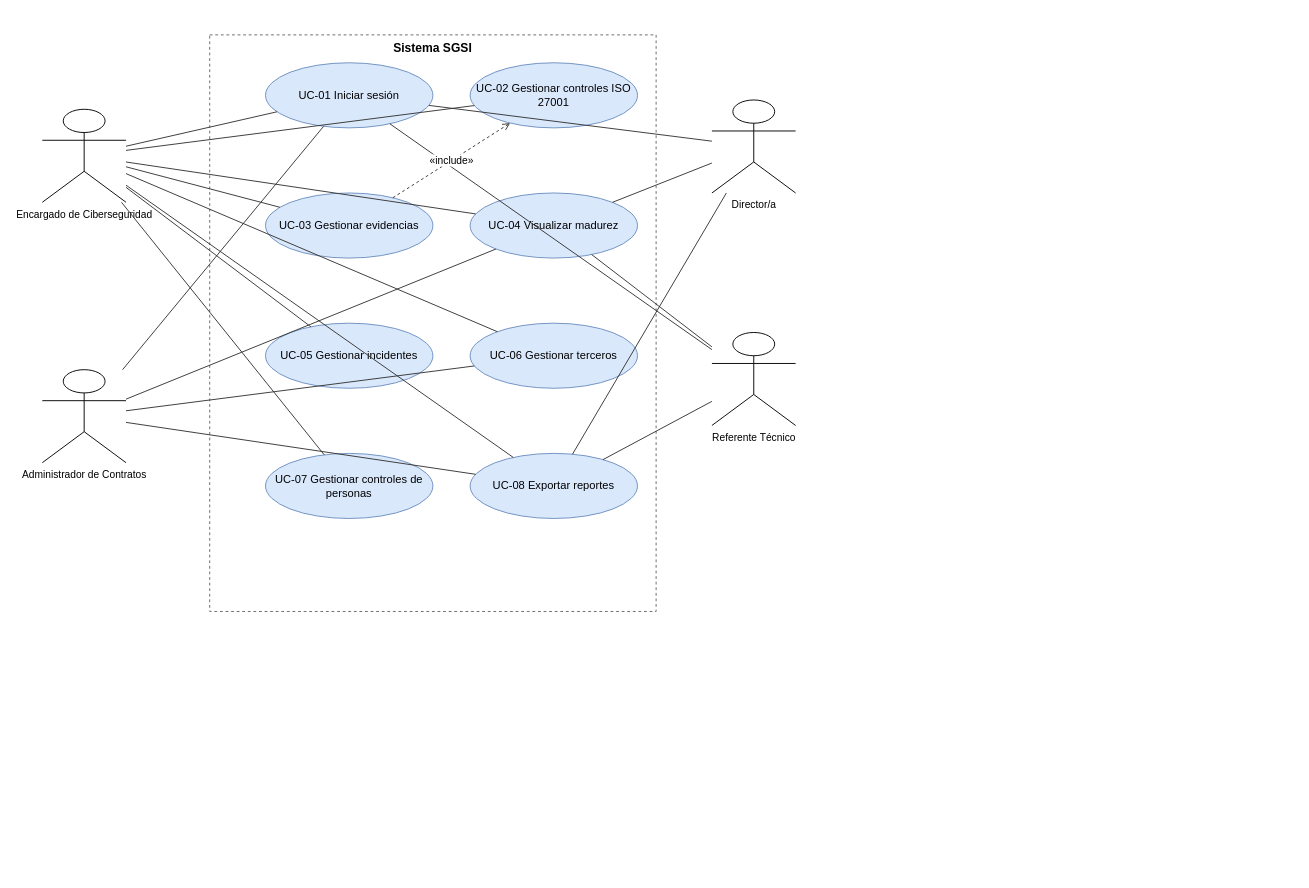
The draw.io diagram Documentacion/Entregas/U2-Desarrollo_e_Implementacion/04_uml/04a_uml_casos_de_uso.drawio in pbahamondez-inacap/proyectotitulo-inacap-Pbahamondez, before the edit. Source tidied: cells renumbered, new cells numbered last; positions are measured from the earlier drawing's top-left corner, leaving out a move shared by most shapes. Both pictures are drawn from the tidied source at 93%, with x=0, y=0 at pixel (42, 34).
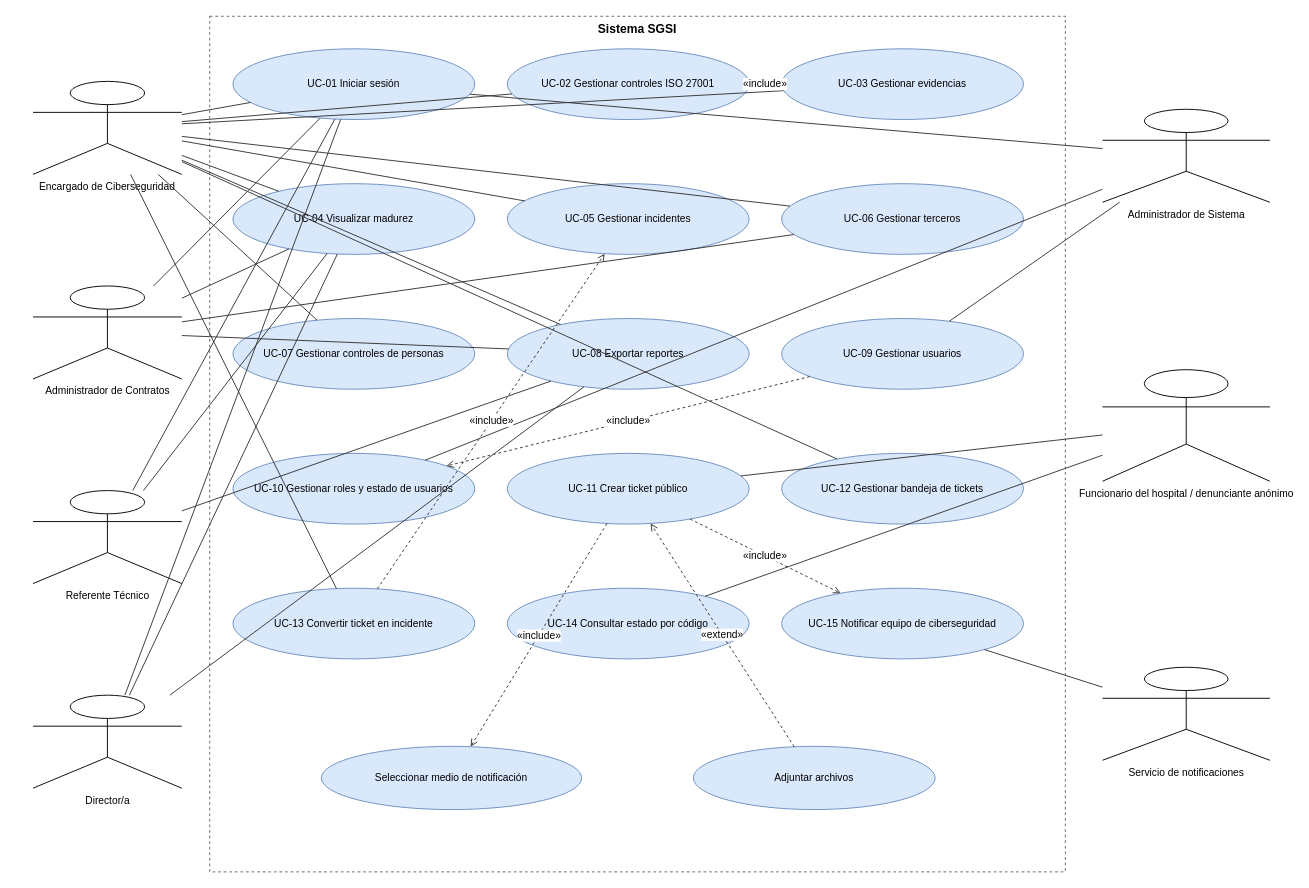
The same diagram, later.

Change to the diagram source:
```diff
@@
-    <mxCell id="2" value="Encargado de Ciberseguridad" style="shape=umlActor;verticalLabelPosition=bottom;verticalAlign=top;html=1;outlineConnect=0;fontSize=11;" parent="1" vertex="1">
-      <mxGeometry y="80" width="90" height="100" as="geometry" />
+    <mxCell id="2" value="Encargado de Ciberseguridad" style="shape=umlActor;whiteSpace=wrap;verticalLabelPosition=bottom;verticalAlign=top;html=1;outlineConnect=0;fontSize=11;" parent="1" vertex="1">
+      <mxGeometry x="-10" y="50" width="160" height="100" as="geometry" />
     </mxCell>
     <mxCell id="3" value="Administrador de Contratos" style="shape=umlActor;verticalLabelPosition=bottom;verticalAlign=top;html=1;outlineConnect=0;fontSize=11;" parent="1" vertex="1">
-      <mxGeometry y="360" width="90" height="100" as="geometry" />
+      <mxGeometry x="-10" y="270" width="160" height="100" as="geometry" />
     </mxCell>
     <mxCell id="4" value="Referente Técnico" style="shape=umlActor;verticalLabelPosition=bottom;verticalAlign=top;html=1;outlineConnect=0;fontSize=11;" parent="1" vertex="1">
-      <mxGeometry x="720" y="320" width="90" height="100" as="geometry" />
+      <mxGeometry x="-10" y="490" width="160" height="100" as="geometry" />
     </mxCell>
     <mxCell id="5" value="Director/a" style="shape=umlActor;verticalLabelPosition=bottom;verticalAlign=top;html=1;outlineConnect=0;fontSize=11;" parent="1" vertex="1">
-      <mxGeometry x="720" y="70" width="90" height="100" as="geometry" />
+      <mxGeometry x="-10" y="710" width="160" height="100" as="geometry" />
     </mxCell>
+    <mxCell id="34" value="Administrador de Sistema" style="shape=umlActor;verticalLabelPosition=bottom;verticalAlign=top;html=1;outlineConnect=0;fontSize=11;" parent="1" vertex="1">
+      <mxGeometry x="1140" y="80" width="180" height="100" as="geometry" />
+    </mxCell>
+    <mxCell id="35" value="Funcionario del hospital / denunciante anónimo" style="shape=umlActor;verticalLabelPosition=bottom;verticalAlign=top;html=1;outlineConnect=0;fontSize=11;" parent="1" vertex="1">
+      <mxGeometry x="1140" y="360" width="180" height="120" as="geometry" />
+    </mxCell>
+    <mxCell id="36" value="Servicio de notificaciones" style="shape=umlActor;verticalLabelPosition=bottom;verticalAlign=top;html=1;outlineConnect=0;fontSize=11;" parent="1" vertex="1">
+      <mxGeometry x="1140" y="680" width="180" height="100" as="geometry" />
+    </mxCell>
     <mxCell id="6" value="Sistema SGSI" style="rounded=0;whiteSpace=wrap;html=1;dashed=1;fillColor=none;strokeColor=#666666;fontStyle=1;verticalAlign=top;fontSize=13;" parent="1" vertex="1">
-      <mxGeometry x="180" width="480" height="620" as="geometry" />
+      <mxGeometry x="180" y="-20" width="920" height="920" as="geometry" />
     </mxCell>
-    <mxCell id="7" value="UC-01 Iniciar sesión" style="ellipse;whiteSpace=wrap;html=1;fillColor=#dae8fc;strokeColor=#6c8ebf;fontSize=12;" parent="6" vertex="1">
-      <mxGeometry x="60" y="30" width="180" height="70" as="geometry" />
+    <mxCell id="7" value="UC-01 Iniciar sesión" style="ellipse;whiteSpace=wrap;html=1;fillColor=#dae8fc;strokeColor=#6c8ebf;fontSize=11;" parent="6" vertex="1">
+      <mxGeometry x="25" y="35" width="260" height="76" as="geometry" />
     </mxCell>
-    <mxCell id="8" value="UC-02 Gestionar controles ISO 27001" style="ellipse;whiteSpace=wrap;html=1;fillColor=#dae8fc;strokeColor=#6c8ebf;fontSize=12;" parent="6" vertex="1">
-      <mxGeometry x="280" y="30" width="180" height="70" as="geometry" />
+    <mxCell id="8" value="UC-02 Gestionar controles ISO 27001" style="ellipse;whiteSpace=wrap;html=1;fillColor=#dae8fc;strokeColor=#6c8ebf;fontSize=11;" parent="6" vertex="1">
+      <mxGeometry x="320" y="35" width="260" height="76" as="geometry" />
     </mxCell>
-    <mxCell id="9" value="UC-03 Gestionar evidencias" style="ellipse;whiteSpace=wrap;html=1;fillColor=#dae8fc;strokeColor=#6c8ebf;fontSize=12;" parent="6" vertex="1">
-      <mxGeometry x="60" y="170" width="180" height="70" as="geometry" />
+    <mxCell id="9" value="UC-03 Gestionar evidencias" style="ellipse;whiteSpace=wrap;html=1;fillColor=#dae8fc;strokeColor=#6c8ebf;fontSize=11;" parent="6" vertex="1">
+      <mxGeometry x="615" y="35" width="260" height="76" as="geometry" />
     </mxCell>
-    <mxCell id="10" value="UC-04 Visualizar madurez" style="ellipse;whiteSpace=wrap;html=1;fillColor=#dae8fc;strokeColor=#6c8ebf;fontSize=12;" parent="6" vertex="1">
-      <mxGeometry x="280" y="170" width="180" height="70" as="geometry" />
+    <mxCell id="10" value="UC-04 Visualizar madurez" style="ellipse;whiteSpace=wrap;html=1;fillColor=#dae8fc;strokeColor=#6c8ebf;fontSize=11;" parent="6" vertex="1">
+      <mxGeometry x="25" y="180" width="260" height="76" as="geometry" />
     </mxCell>
-    <mxCell id="11" value="UC-05 Gestionar incidentes" style="ellipse;whiteSpace=wrap;html=1;fillColor=#dae8fc;strokeColor=#6c8ebf;fontSize=12;" parent="6" vertex="1">
-      <mxGeometry x="60" y="310" width="180" height="70" as="geometry" />
+    <mxCell id="11" value="UC-05 Gestionar incidentes" style="ellipse;whiteSpace=wrap;html=1;fillColor=#dae8fc;strokeColor=#6c8ebf;fontSize=11;" parent="6" vertex="1">
+      <mxGeometry x="320" y="180" width="260" height="76" as="geometry" />
     </mxCell>
-    <mxCell id="12" value="UC-06 Gestionar terceros" style="ellipse;whiteSpace=wrap;html=1;fillColor=#dae8fc;strokeColor=#6c8ebf;fontSize=12;" parent="6" vertex="1">
-      <mxGeometry x="280" y="310" width="180" height="70" as="geometry" />
+    <mxCell id="12" value="UC-06 Gestionar terceros" style="ellipse;whiteSpace=wrap;html=1;fillColor=#dae8fc;strokeColor=#6c8ebf;fontSize=11;" parent="6" vertex="1">
+      <mxGeometry x="615" y="180" width="260" height="76" as="geometry" />
     </mxCell>
-    <mxCell id="13" value="UC-07 Gestionar controles de personas" style="ellipse;whiteSpace=wrap;html=1;fillColor=#dae8fc;strokeColor=#6c8ebf;fontSize=12;" parent="6" vertex="1">
-      <mxGeometry x="60" y="450" width="180" height="70" as="geometry" />
+    <mxCell id="13" value="UC-07 Gestionar controles de personas" style="ellipse;whiteSpace=wrap;html=1;fillColor=#dae8fc;strokeColor=#6c8ebf;fontSize=11;" parent="6" vertex="1">
+      <mxGeometry x="25" y="325" width="260" height="76" as="geometry" />
     </mxCell>
-    <mxCell id="14" value="UC-08 Exportar reportes" style="ellipse;whiteSpace=wrap;html=1;fillColor=#dae8fc;strokeColor=#6c8ebf;fontSize=12;" parent="6" vertex="1">
-      <mxGeometry x="280" y="450" width="180" height="70" as="geometry" />
+    <mxCell id="14" value="UC-08 Exportar reportes" style="ellipse;whiteSpace=wrap;html=1;fillColor=#dae8fc;strokeColor=#6c8ebf;fontSize=11;" parent="6" vertex="1">
+      <mxGeometry x="320" y="325" width="260" height="76" as="geometry" />
     </mxCell>
+    <mxCell id="37" value="UC-09 Gestionar usuarios" style="ellipse;whiteSpace=wrap;html=1;fillColor=#dae8fc;strokeColor=#6c8ebf;fontSize=11;" parent="6" vertex="1">
+      <mxGeometry x="615" y="325" width="260" height="76" as="geometry" />
+    </mxCell>
+    <mxCell id="38" value="UC-10 Gestionar roles y estado de usuarios" style="ellipse;whiteSpace=wrap;html=1;fillColor=#dae8fc;strokeColor=#6c8ebf;fontSize=11;" parent="6" vertex="1">
+      <mxGeometry x="25" y="470" width="260" height="76" as="geometry" />
+    </mxCell>
+    <mxCell id="39" value="UC-11 Crear ticket público" style="ellipse;whiteSpace=wrap;html=1;fillColor=#dae8fc;strokeColor=#6c8ebf;fontSize=11;" parent="6" vertex="1">
+      <mxGeometry x="320" y="470" width="260" height="76" as="geometry" />
+    </mxCell>
+    <mxCell id="40" value="UC-12 Gestionar bandeja de tickets" style="ellipse;whiteSpace=wrap;html=1;fillColor=#dae8fc;strokeColor=#6c8ebf;fontSize=11;" parent="6" vertex="1">
+      <mxGeometry x="615" y="470" width="260" height="76" as="geometry" />
+    </mxCell>
+    <mxCell id="41" value="UC-13 Convertir ticket en incidente" style="ellipse;whiteSpace=wrap;html=1;fillColor=#dae8fc;strokeColor=#6c8ebf;fontSize=11;" parent="6" vertex="1">
+      <mxGeometry x="25" y="615" width="260" height="76" as="geometry" />
+    </mxCell>
+    <mxCell id="42" value="UC-14 Consultar estado por código" style="ellipse;whiteSpace=wrap;html=1;fillColor=#dae8fc;strokeColor=#6c8ebf;fontSize=11;" parent="6" vertex="1">
+      <mxGeometry x="320" y="615" width="260" height="76" as="geometry" />
+    </mxCell>
+    <mxCell id="43" value="UC-15 Notificar equipo de ciberseguridad" style="ellipse;whiteSpace=wrap;html=1;fillColor=#dae8fc;strokeColor=#6c8ebf;fontSize=11;" parent="6" vertex="1">
+      <mxGeometry x="615" y="615" width="260" height="76" as="geometry" />
+    </mxCell>
+    <mxCell id="44" value="Seleccionar medio de notificación" style="ellipse;whiteSpace=wrap;html=1;fillColor=#dae8fc;strokeColor=#6c8ebf;fontSize=11;" parent="6" vertex="1">
+      <mxGeometry x="120" y="785" width="280" height="68" as="geometry" />
+    </mxCell>
+    <mxCell id="45" value="Adjuntar archivos" style="ellipse;whiteSpace=wrap;html=1;fillColor=#dae8fc;strokeColor=#6c8ebf;fontSize=11;" parent="6" vertex="1">
+      <mxGeometry x="520" y="785" width="260" height="68" as="geometry" />
+    </mxCell>
@@
+    <mxCell id="46" style="html=1;endArrow=none;strokeColor=#333333;" parent="1" edge="1" source="2" target="40">
+      <mxGeometry relative="1" as="geometry" />
+    </mxCell>
+    <mxCell id="47" style="html=1;endArrow=none;strokeColor=#333333;" parent="1" edge="1" source="2" target="41">
+      <mxGeometry relative="1" as="geometry" />
+    </mxCell>
@@
+    <mxCell id="48" style="html=1;endArrow=none;strokeColor=#333333;" parent="1" edge="1" source="34" target="7">
+      <mxGeometry relative="1" as="geometry" />
+    </mxCell>
+    <mxCell id="49" style="html=1;endArrow=none;strokeColor=#333333;" parent="1" edge="1" source="34" target="37">
+      <mxGeometry relative="1" as="geometry" />
+    </mxCell>
+    <mxCell id="50" style="html=1;endArrow=none;strokeColor=#333333;" parent="1" edge="1" source="34" target="38">
+      <mxGeometry relative="1" as="geometry" />
+    </mxCell>
+    <mxCell id="51" style="html=1;endArrow=none;strokeColor=#333333;" parent="1" edge="1" source="35" target="39">
+      <mxGeometry relative="1" as="geometry" />
+    </mxCell>
+    <mxCell id="52" style="html=1;endArrow=none;strokeColor=#333333;" parent="1" edge="1" source="35" target="42">
+      <mxGeometry relative="1" as="geometry" />
+    </mxCell>
+    <mxCell id="53" style="html=1;endArrow=none;strokeColor=#333333;" parent="1" edge="1" source="36" target="43">
+      <mxGeometry relative="1" as="geometry" />
+    </mxCell>
-    <mxCell id="33" value="«include»" style="html=1;dashed=1;endArrow=open;strokeColor=#333333;" parent="1" edge="1" source="9" target="8">
+    <mxCell id="33" value="«include»" style="html=1;endArrow=open;strokeColor=#333333;dashed=1;" parent="1" edge="1" source="9" target="8">
       <mxGeometry relative="1" as="geometry" />
     </mxCell>
+    <mxCell id="54" value="«include»" style="html=1;endArrow=open;strokeColor=#333333;dashed=1;" parent="1" edge="1" source="37" target="38">
+      <mxGeometry relative="1" as="geometry" />
+    </mxCell>
+    <mxCell id="55" value="«include»" style="html=1;endArrow=open;strokeColor=#333333;dashed=1;" parent="1" edge="1" source="39" target="44">
+      <mxGeometry relative="1" as="geometry" />
+    </mxCell>
+    <mxCell id="56" value="«extend»" style="html=1;endArrow=open;strokeColor=#333333;dashed=1;" parent="1" edge="1" source="45" target="39">
+      <mxGeometry relative="1" as="geometry" />
+    </mxCell>
+    <mxCell id="57" value="«include»" style="html=1;endArrow=open;strokeColor=#333333;dashed=1;" parent="1" edge="1" source="41" target="11">
+      <mxGeometry relative="1" as="geometry" />
+    </mxCell>
+    <mxCell id="58" value="«include»" style="html=1;endArrow=open;strokeColor=#333333;dashed=1;" parent="1" edge="1" source="39" target="43">
+      <mxGeometry relative="1" as="geometry" />
+    </mxCell>
```
